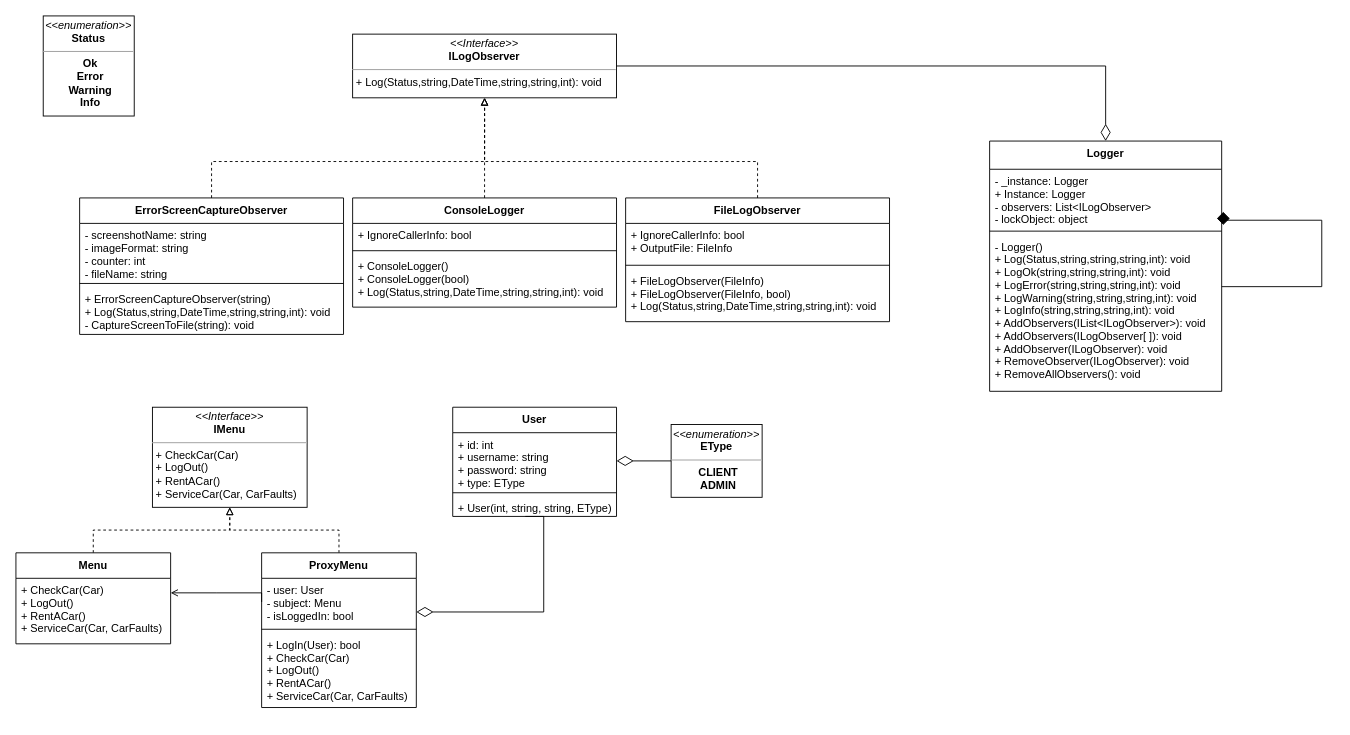
Earlier version of the draw.io diagram Diagram/diagram.drawio (Radu-Lucian/DesignPatterns). Source tidied: cells renumbered, new cells numbered last; positions are measured from the earlier drawing's top-left corner, leaving out a move shared by most shapes. Both pictures are drawn from the tidied source at 91%, with x=0, y=0 at pixel (15, 15).
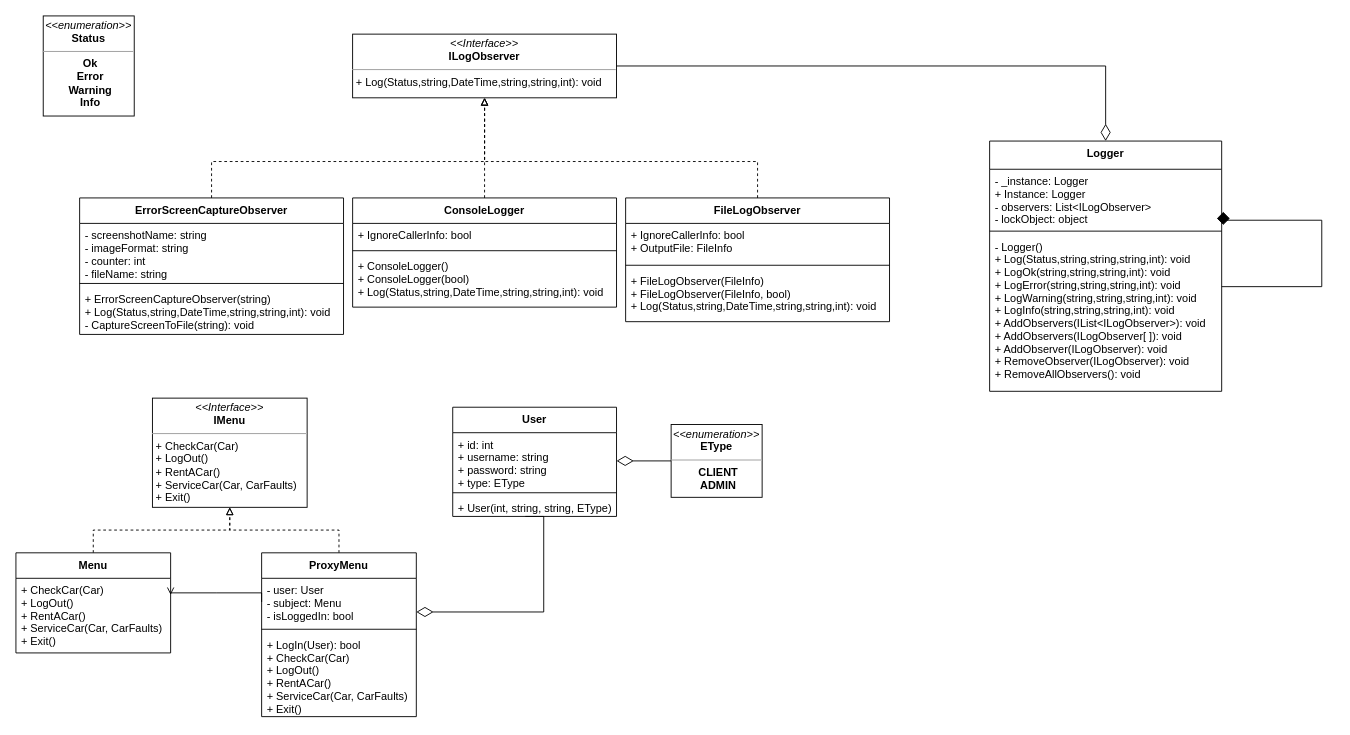
The same diagram, later.

Commit message (it also covers changes not shown here):
Added the Exit function to Proxy Menu, created a main menu and updated the diagram.

Diff of the diagram source:
```diff
@@
-    <mxCell id="27" value="&lt;p style=&quot;margin: 0px ; margin-top: 4px ; text-align: center&quot;&gt;&lt;i&gt;&amp;lt;&amp;lt;Interface&amp;gt;&amp;gt;&lt;/i&gt;&lt;br&gt;&lt;b&gt;IMenu&lt;/b&gt;&lt;/p&gt;&lt;hr size=&quot;1&quot;&gt;&lt;p style=&quot;margin: 0px ; margin-left: 4px&quot;&gt;+ CheckCar(Car)&lt;br style=&quot;padding: 0px ; margin: 0px&quot;&gt;+ LogOut()&amp;nbsp;&lt;br style=&quot;padding: 0px ; margin: 0px&quot;&gt;+ RentACar()&lt;br style=&quot;padding: 0px ; margin: 0px&quot;&gt;+ ServiceCar(Car, CarFaults)&lt;br&gt;&lt;/p&gt;" style="verticalAlign=top;align=left;overflow=fill;fontSize=12;fontFamily=Helvetica;html=1;strokeColor=#000000;" parent="1" vertex="1">
-      <mxGeometry x="150" y="430" width="170" height="110" as="geometry" />
+    <mxCell id="27" value="&lt;p style=&quot;margin: 0px ; margin-top: 4px ; text-align: center&quot;&gt;&lt;i&gt;&amp;lt;&amp;lt;Interface&amp;gt;&amp;gt;&lt;/i&gt;&lt;br&gt;&lt;b&gt;IMenu&lt;/b&gt;&lt;/p&gt;&lt;hr size=&quot;1&quot;&gt;&lt;p style=&quot;margin: 0px ; margin-left: 4px&quot;&gt;+ CheckCar(Car)&lt;br style=&quot;padding: 0px ; margin: 0px&quot;&gt;+ LogOut()&amp;nbsp;&lt;br style=&quot;padding: 0px ; margin: 0px&quot;&gt;+ RentACar()&lt;br style=&quot;padding: 0px ; margin: 0px&quot;&gt;+ ServiceCar(Car, CarFaults)&lt;br&gt;&lt;/p&gt;&lt;p style=&quot;margin: 0px ; margin-left: 4px&quot;&gt;+ Exit()&lt;/p&gt;" style="verticalAlign=top;align=left;overflow=fill;fontSize=12;fontFamily=Helvetica;html=1;strokeColor=#000000;" parent="1" vertex="1">
+      <mxGeometry x="150" y="420" width="170" height="120" as="geometry" />
     </mxCell>
@@
     <mxCell id="29" value="Menu" style="swimlane;fontStyle=1;align=center;verticalAlign=top;horizontal=1;startSize=28;strokeColor=#000000;" parent="1" vertex="1">
-      <mxGeometry y="590" width="170" height="100" as="geometry" />
+      <mxGeometry y="590" width="170" height="110" as="geometry" />
     </mxCell>
-    <mxCell id="30" value="+ CheckCar(Car)&#10;+ LogOut() &#10;+ RentACar()&#10;+ ServiceCar(Car, CarFaults)" style="text;strokeColor=none;fillColor=none;align=left;verticalAlign=top;spacingLeft=4;spacingRight=4;overflow=hidden;points=[[0,0.5],[1,0.5]];portConstraint=eastwest;" parent="29" vertex="1">
-      <mxGeometry y="28" width="170" height="72" as="geometry" />
+    <mxCell id="30" value="+ CheckCar(Car)&#10;+ LogOut() &#10;+ RentACar()&#10;+ ServiceCar(Car, CarFaults)&#10;+ Exit()" style="text;strokeColor=none;fillColor=none;align=left;verticalAlign=top;spacingLeft=4;spacingRight=4;overflow=hidden;points=[[0,0.5],[1,0.5]];portConstraint=eastwest;" parent="29" vertex="1">
+      <mxGeometry y="28" width="170" height="82" as="geometry" />
     </mxCell>
     <mxCell id="31" value="ProxyMenu" style="swimlane;fontStyle=1;align=center;verticalAlign=top;horizontal=1;startSize=28;strokeColor=#000000;" parent="1" vertex="1">
-      <mxGeometry x="270" y="590" width="170" height="170" as="geometry" />
+      <mxGeometry x="270" y="590" width="170" height="180" as="geometry" />
     </mxCell>
@@
-    <mxCell id="34" value="+ LogIn(User): bool&#10;+ CheckCar(Car)&#10;+ LogOut() &#10;+ RentACar()&#10;+ ServiceCar(Car, CarFaults)" style="text;strokeColor=none;fillColor=none;align=left;verticalAlign=top;spacingLeft=4;spacingRight=4;overflow=hidden;" parent="31" vertex="1">
-      <mxGeometry y="88" width="170" height="82" as="geometry" />
+    <mxCell id="34" value="+ LogIn(User): bool&#10;+ CheckCar(Car)&#10;+ LogOut() &#10;+ RentACar()&#10;+ ServiceCar(Car, CarFaults)&#10;+ Exit()" style="text;strokeColor=none;fillColor=none;align=left;verticalAlign=top;spacingLeft=4;spacingRight=4;overflow=hidden;" parent="31" vertex="1">
+      <mxGeometry y="88" width="170" height="92" as="geometry" />
     </mxCell>
```
